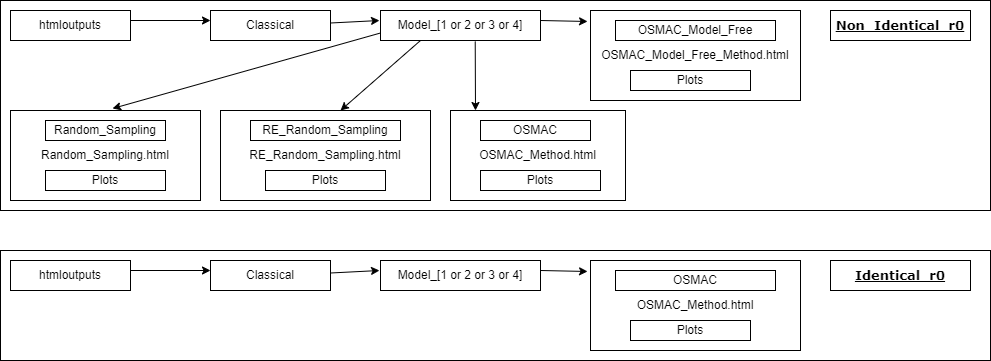
Amalan-ConStat/RS_OS_MROS_LR_Two_Var_Normal_Alpha keeps this draw.io diagram as Images/htmloutputs.png. Above is the earlier version. Source tidied: cells renumbered, new cells last; positions are measured from the earlier drawing's top-left corner, leaving out a move shared by most shapes.
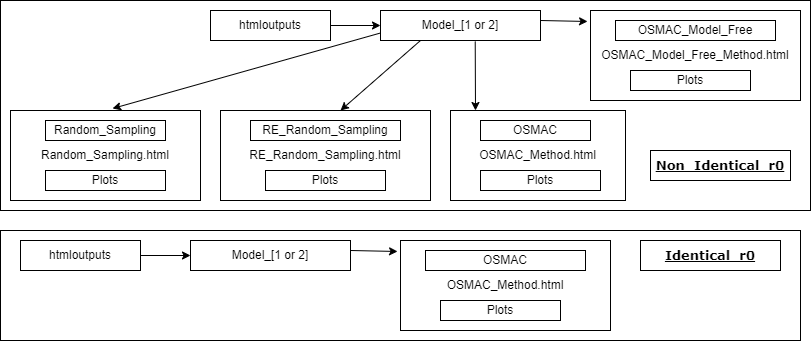
After the change.

Change to the diagram source:
```diff
@@ -3,10 +3,10 @@
     <mxCell id="0" />
     <mxCell id="1" parent="0" />
     <mxCell id="2" style="rounded=0;whiteSpace=wrap;html=1;fontFamily=Verdana;fontSize=13;fontColor=#000000;" parent="1" vertex="1">
-      <mxGeometry y="250" width="990" height="110" as="geometry" />
+      <mxGeometry y="230" width="800" height="110" as="geometry" />
     </mxCell>
     <mxCell id="3" style="rounded=0;whiteSpace=wrap;html=1;fontFamily=Verdana;fontSize=13;fontColor=#000000;" parent="1" vertex="1">
-      <mxGeometry width="990" height="210" as="geometry" />
+      <mxGeometry width="810" height="210" as="geometry" />
     </mxCell>
     <mxCell id="4" value="OSMAC_Method.html" style="rounded=0;whiteSpace=wrap;html=1;" parent="1" vertex="1">
       <mxGeometry x="450" y="110" width="175" height="90" as="geometry" />
@@ -17,13 +17,13 @@
     <mxCell id="6" value="Random_Sampling.html&lt;br&gt;" style="rounded=0;whiteSpace=wrap;html=1;" parent="1" vertex="1">
       <mxGeometry x="10" y="110" width="190" height="90" as="geometry" />
     </mxCell>
+    <mxCell id="36" style="edgeStyle=orthogonalEdgeStyle;rounded=0;jettySize=auto;html=1;" parent="1" edge="1" source="7" target="9">
+      <mxGeometry relative="1" as="geometry" />
+    </mxCell>
     <mxCell id="7" value="htmloutputs" style="rounded=0;whiteSpace=wrap;html=1;" parent="1" vertex="1">
-      <mxGeometry x="10" y="10" width="120" height="30" as="geometry" />
+      <mxGeometry x="210" y="10" width="120" height="30" as="geometry" />
     </mxCell>
-    <mxCell id="8" value="Classical" style="rounded=0;whiteSpace=wrap;html=1;" parent="1" vertex="1">
-      <mxGeometry x="210" y="10" width="120" height="30" as="geometry" />
-    </mxCell>
-    <mxCell id="9" value="Model_[1 or 2 or 3 or 4]" style="rounded=0;whiteSpace=wrap;html=1;" parent="1" vertex="1">
+    <mxCell id="9" value="Model_[1 or 2]" style="rounded=0;whiteSpace=wrap;html=1;" parent="1" vertex="1">
       <mxGeometry x="380" y="10" width="160" height="30" as="geometry" />
     </mxCell>
     <mxCell id="10" value="Random_Sampling" style="rounded=0;whiteSpace=wrap;html=1;" parent="1" vertex="1">
@@ -35,18 +35,6 @@
     <mxCell id="12" value="OSMAC" style="rounded=0;whiteSpace=wrap;html=1;" parent="1" vertex="1">
       <mxGeometry x="480" y="120" width="110" height="20" as="geometry" />
     </mxCell>
-    <mxCell id="13" style="endArrow=classic;html=1;" parent="1" edge="1">
-      <mxGeometry relative="1" as="geometry">
-        <mxPoint x="130" y="20" as="sourcePoint" />
-        <mxPoint x="210" y="20" as="targetPoint" />
-      </mxGeometry>
-    </mxCell>
-    <mxCell id="14" style="endArrow=classic;html=1;exitX=1;exitY=0.25;exitDx=0;exitDy=0;" parent="1" edge="1">
-      <mxGeometry relative="1" as="geometry">
-        <mxPoint x="330" y="22.5" as="sourcePoint" />
-        <mxPoint x="379" y="20" as="targetPoint" />
-      </mxGeometry>
-    </mxCell>
     <mxCell id="15" style="endArrow=classic;html=1;exitX=0;exitY=0.75;exitDx=0;exitDy=0;entryX=0.537;entryY=-0.022;entryDx=0;entryDy=0;entryPerimeter=0;" parent="1" edge="1" source="9" target="6">
       <mxGeometry relative="1" as="geometry" />
     </mxCell>
@@ -84,45 +72,33 @@
       </mxGeometry>
     </mxCell>
     <mxCell id="25" value="&lt;font color=&quot;#000000&quot;&gt;&lt;b&gt;&lt;u&gt;Non_Identical_r0&lt;/u&gt;&lt;/b&gt;&lt;/font&gt;" style="rounded=0;whiteSpace=wrap;html=1;fontFamily=Verdana;fontSize=13;fontColor=#CC00CC;" parent="1" vertex="1">
-      <mxGeometry x="830" y="10" width="140" height="30" as="geometry" />
+      <mxGeometry x="650" y="150" width="140" height="30" as="geometry" />
     </mxCell>
+    <mxCell id="37" style="edgeStyle=orthogonalEdgeStyle;rounded=0;jettySize=auto;html=1;" parent="1" edge="1" source="26" target="28">
+      <mxGeometry relative="1" as="geometry" />
+    </mxCell>
     <mxCell id="26" value="htmloutputs" style="rounded=0;whiteSpace=wrap;html=1;" parent="1" vertex="1">
-      <mxGeometry x="10" y="260" width="120" height="30" as="geometry" />
+      <mxGeometry x="20" y="240" width="120" height="30" as="geometry" />
     </mxCell>
-    <mxCell id="27" value="Classical" style="rounded=0;whiteSpace=wrap;html=1;" parent="1" vertex="1">
-      <mxGeometry x="210" y="260" width="120" height="30" as="geometry" />
-    </mxCell>
-    <mxCell id="28" value="Model_[1 or 2 or 3 or 4]" style="rounded=0;whiteSpace=wrap;html=1;" parent="1" vertex="1">
-      <mxGeometry x="380" y="260" width="160" height="30" as="geometry" />
+    <mxCell id="28" value="Model_[1 or 2]" style="rounded=0;whiteSpace=wrap;html=1;" parent="1" vertex="1">
+      <mxGeometry x="190" y="240" width="160" height="30" as="geometry" />
     </mxCell>
-    <mxCell id="29" style="endArrow=classic;html=1;" parent="1" edge="1">
-      <mxGeometry relative="1" as="geometry">
-        <mxPoint x="130" y="270" as="sourcePoint" />
-        <mxPoint x="210" y="270" as="targetPoint" />
-      </mxGeometry>
-    </mxCell>
-    <mxCell id="30" style="endArrow=classic;html=1;exitX=1;exitY=0.25;exitDx=0;exitDy=0;" parent="1" edge="1">
-      <mxGeometry relative="1" as="geometry">
-        <mxPoint x="330" y="272.5" as="sourcePoint" />
-        <mxPoint x="379" y="270" as="targetPoint" />
-      </mxGeometry>
-    </mxCell>
     <mxCell id="31" value="OSMAC_Method.html" style="rounded=0;whiteSpace=wrap;html=1;" parent="1" vertex="1">
-      <mxGeometry x="590" y="260" width="210" height="90" as="geometry" />
+      <mxGeometry x="400" y="240" width="210" height="90" as="geometry" />
     </mxCell>
     <mxCell id="32" value="OSMAC" style="rounded=0;whiteSpace=wrap;html=1;" parent="1" vertex="1">
-      <mxGeometry x="615" y="270" width="160" height="20" as="geometry" />
+      <mxGeometry x="425" y="250" width="160" height="20" as="geometry" />
     </mxCell>
     <mxCell id="33" value="Plots" style="rounded=0;whiteSpace=wrap;html=1;" parent="1" vertex="1">
-      <mxGeometry x="630" y="320" width="120" height="20" as="geometry" />
+      <mxGeometry x="440" y="300" width="120" height="20" as="geometry" />
     </mxCell>
     <mxCell id="34" style="endArrow=classic;html=1;exitX=0.592;exitY=1.033;exitDx=0;exitDy=0;exitPerimeter=0;entryX=-0.014;entryY=0.122;entryDx=0;entryDy=0;entryPerimeter=0;" parent="1" edge="1" target="31">
       <mxGeometry relative="1" as="geometry">
-        <mxPoint x="540" y="270" as="sourcePoint" />
+        <mxPoint x="350" y="250" as="sourcePoint" />
       </mxGeometry>
     </mxCell>
     <mxCell id="35" value="&lt;font color=&quot;#000000&quot;&gt;&lt;b&gt;&lt;u&gt;Identical_r0&lt;/u&gt;&lt;/b&gt;&lt;/font&gt;" style="rounded=0;whiteSpace=wrap;html=1;fontFamily=Verdana;fontSize=13;fontColor=#CC00CC;" parent="1" vertex="1">
-      <mxGeometry x="830" y="260" width="140" height="30" as="geometry" />
+      <mxGeometry x="640" y="240" width="140" height="30" as="geometry" />
     </mxCell>
   </root>
 </mxGraphModel>
```
